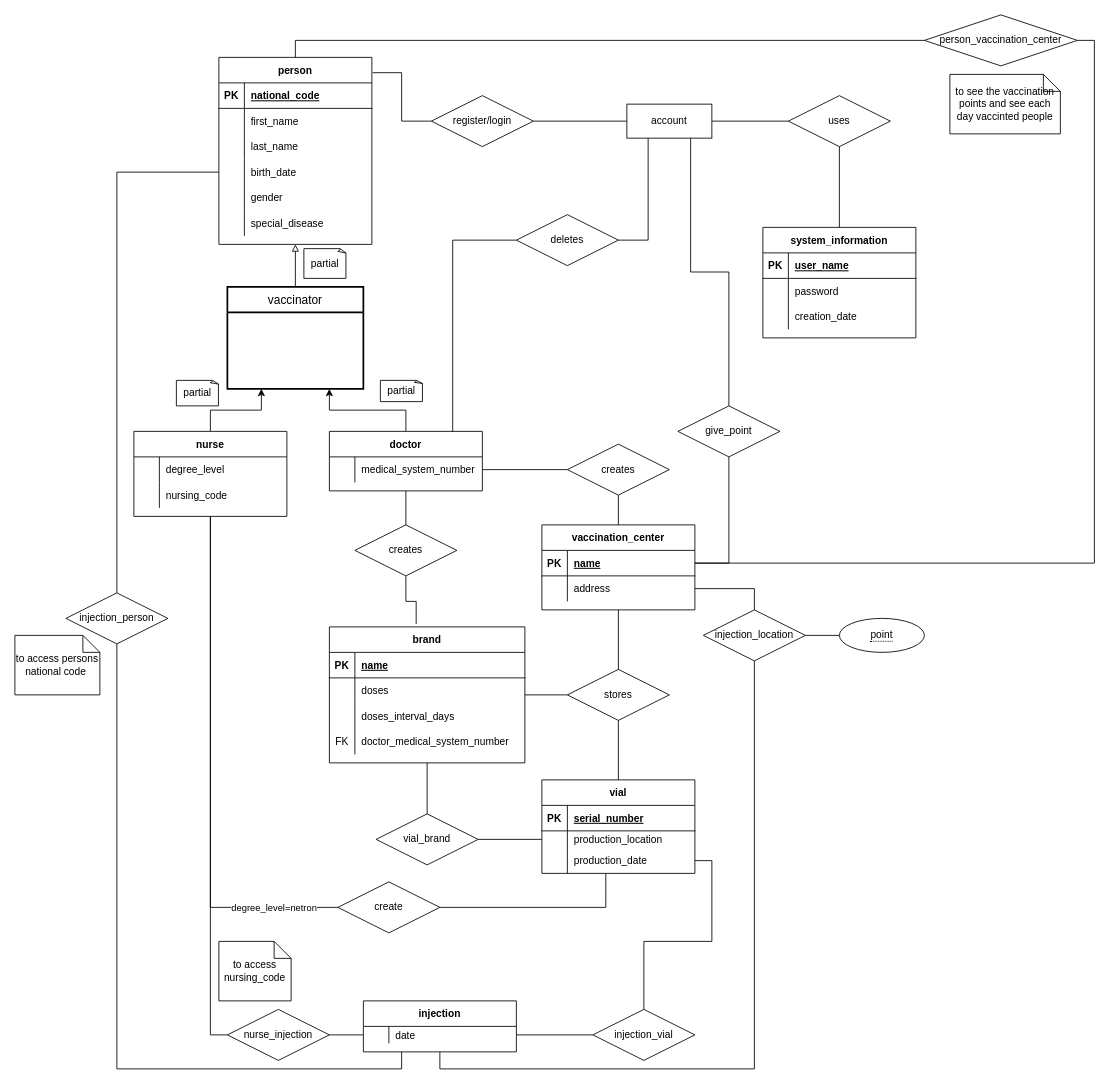
This is project.drawio from ali-moradzade/db-vaccination-center, a draw.io file, before an edit. Source tidied: cells renumbered, new cells numbered last; positions are measured from the earlier drawing's top-left corner, leaving out a move shared by most shapes. Both pictures are drawn from the tidied source at 85%, with x=0, y=0 at pixel (14, 14).
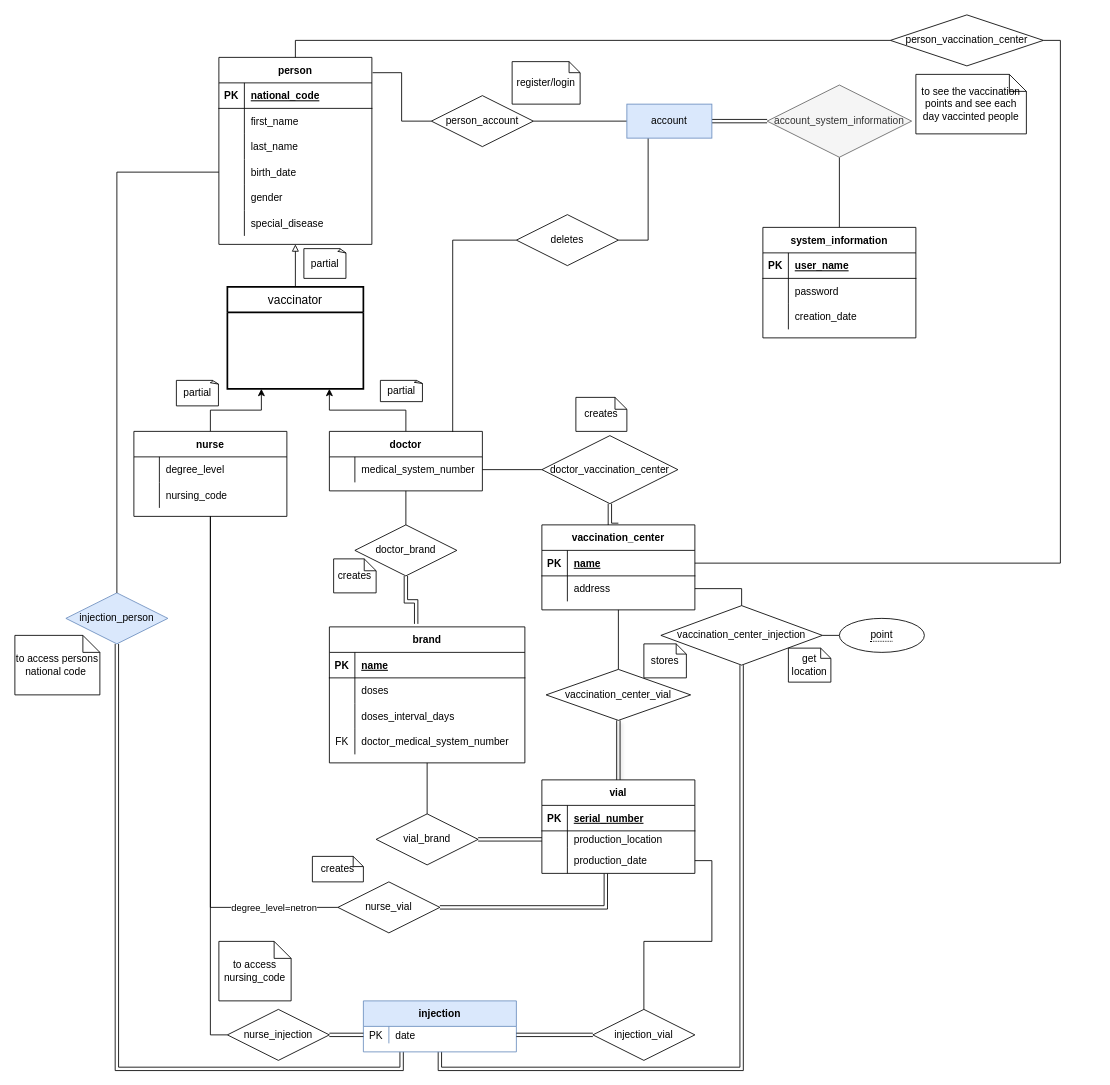
The same page after the edit.

Commit message (it also covers changes not shown here):
fixing some bugs in ER, removing redundency and reducing to relation schemas

Unchanged cells that the change refers to:
```xml
<mxCell id="44" value="brand" style="shape=table;startSize=30;childLayout=tableLayout;rowLines=0;fontStyle=1;align=center;" parent="1" vertex="1">
  <mxGeometry x="370" y="720" width="230" height="160" as="geometry" />
</mxCell>
<mxCell id="62" value="vaccination_center" style="shape=table;startSize=30;childLayout=tableLayout;rowLines=0;fontStyle=1;align=center;" parent="1" vertex="1">
  <mxGeometry x="620" y="600" width="180" height="100" as="geometry" />
</mxCell>
<mxCell id="63" style="shape=tableRow;horizontal=0;startSize=0;swimlaneHead=0;swimlaneBody=0;fillColor=none;points=[[0,0.5],[1,0.5]];portConstraint=eastwest;top=0;left=0;right=0;bottom=1;" parent="62" vertex="1">
  <mxGeometry y="30" width="180" height="30" as="geometry" />
</mxCell>
<mxCell id="88" value="vial" style="shape=table;startSize=30;childLayout=tableLayout;rowLines=0;fontStyle=1;align=center;" parent="1" vertex="1">
  <mxGeometry x="620" y="900" width="180" height="110" as="geometry" />
</mxCell>
<mxCell id="92" style="shape=partialRectangle;fillColor=none;top=0;left=0;bottom=0;right=0;points=[[0,0.5],[1,0.5]];portConstraint=eastwest;" parent="88" vertex="1">
  <mxGeometry y="60" width="180" height="20" as="geometry" />
</mxCell>
<mxCell id="95" style="shape=partialRectangle;fillColor=none;top=0;left=0;bottom=0;right=0;points=[[0,0.5],[1,0.5]];portConstraint=eastwest;" parent="88" vertex="1">
  <mxGeometry y="80" width="180" height="30" as="geometry" />
</mxCell>
<mxCell id="98" value="nurse_injection" style="shape=rhombus;perimeter=rhombusPerimeter;whiteSpace=wrap;html=1;align=center;" parent="1" vertex="1">
  <mxGeometry x="250" y="1170" width="120" height="60" as="geometry" />
</mxCell>
<mxCell id="105" value="vial_brand" style="shape=rhombus;perimeter=rhombusPerimeter;whiteSpace=wrap;html=1;align=center;" parent="1" vertex="1">
  <mxGeometry x="425" y="940" width="120" height="60" as="geometry" />
</mxCell>
<mxCell id="109" style="shape=tableRow;horizontal=0;startSize=0;swimlaneHead=0;swimlaneBody=0;fillColor=none;points=[[0,0.5],[1,0.5]];portConstraint=eastwest;top=0;left=0;right=0;bottom=0;" parent="108" vertex="1">
  <mxGeometry y="30" width="180" height="20" as="geometry" />
</mxCell>
<mxCell id="114" value="injection_vial" style="shape=rhombus;perimeter=rhombusPerimeter;whiteSpace=wrap;html=1;align=center;" parent="1" vertex="1">
  <mxGeometry x="680" y="1170" width="120" height="60" as="geometry" />
</mxCell>
```

Diff of the diagram source:
```diff
@@
-    <mxCell id="42" value="register/login" style="shape=rhombus;perimeter=rhombusPerimeter;whiteSpace=wrap;html=1;align=center;" parent="1" vertex="1">
+    <mxCell id="42" value="person_account" style="shape=rhombus;perimeter=rhombusPerimeter;whiteSpace=wrap;html=1;align=center;" parent="1" vertex="1">
       <mxGeometry x="490" y="95" width="120" height="60" as="geometry" />
     </mxCell>
-    <mxCell id="43" style="edgeStyle=orthogonalEdgeStyle;rounded=0;jettySize=auto;html=1;endArrow=none;endFill=0;" parent="1" edge="1" source="44" target="84">
-      <mxGeometry relative="1" as="geometry" />
-    </mxCell>
@@
-    <mxCell id="57" style="edgeStyle=orthogonalEdgeStyle;rounded=0;jettySize=auto;html=1;exitX=0.5;exitY=1;exitDx=0;exitDy=0;entryX=0.444;entryY=-0.022;entryDx=0;entryDy=0;entryPerimeter=0;endArrow=none;endFill=0;" parent="1" edge="1" source="59" target="44">
+    <mxCell id="57" style="edgeStyle=orthogonalEdgeStyle;rounded=0;jettySize=auto;html=1;exitX=0.5;exitY=1;exitDx=0;exitDy=0;entryX=0.444;entryY=-0.022;entryDx=0;entryDy=0;entryPerimeter=0;endArrow=none;endFill=0;shape=link;" parent="1" edge="1" source="59" target="44">
       <mxGeometry relative="1" as="geometry" />
     </mxCell>
@@
-    <mxCell id="59" value="creates" style="shape=rhombus;perimeter=rhombusPerimeter;whiteSpace=wrap;html=1;align=center;" parent="1" vertex="1">
+    <mxCell id="59" value="doctor_brand" style="shape=rhombus;perimeter=rhombusPerimeter;whiteSpace=wrap;html=1;align=center;" parent="1" vertex="1">
       <mxGeometry x="400" y="600" width="120" height="60" as="geometry" />
     </mxCell>
-    <mxCell id="60" style="edgeStyle=orthogonalEdgeStyle;rounded=0;jettySize=auto;html=1;exitX=0.5;exitY=0;exitDx=0;exitDy=0;entryX=0.5;entryY=1;entryDx=0;entryDy=0;endArrow=none;endFill=0;" parent="1" edge="1" source="62" target="69">
+    <mxCell id="60" style="edgeStyle=orthogonalEdgeStyle;rounded=0;jettySize=auto;html=1;exitX=0.5;exitY=0;exitDx=0;exitDy=0;entryX=0.5;entryY=1;entryDx=0;entryDy=0;endArrow=none;endFill=0;shape=link;" parent="1" edge="1" source="62" target="69">
       <mxGeometry relative="1" as="geometry" />
     </mxCell>
@@
-    <mxCell id="69" value="creates" style="shape=rhombus;perimeter=rhombusPerimeter;whiteSpace=wrap;html=1;align=center;" parent="1" vertex="1">
-      <mxGeometry x="650" y="505" width="120" height="60" as="geometry" />
+    <mxCell id="69" value="doctor_vaccination_center" style="shape=rhombus;perimeter=rhombusPerimeter;whiteSpace=wrap;html=1;align=center;" parent="1" vertex="1">
+      <mxGeometry x="620" y="495" width="160" height="80" as="geometry" />
     </mxCell>
@@
-    <mxCell id="84" value="stores" style="shape=rhombus;perimeter=rhombusPerimeter;whiteSpace=wrap;html=1;align=center;" parent="1" vertex="1">
-      <mxGeometry x="650" y="770" width="120" height="60" as="geometry" />
+    <mxCell id="84" value="vaccination_center_vial" style="shape=rhombus;perimeter=rhombusPerimeter;whiteSpace=wrap;html=1;align=center;" parent="1" vertex="1">
+      <mxGeometry x="625" y="770" width="170" height="60" as="geometry" />
     </mxCell>
-    <mxCell id="85" value="uses" style="shape=rhombus;perimeter=rhombusPerimeter;whiteSpace=wrap;html=1;align=center;" parent="1" vertex="1">
-      <mxGeometry x="910" y="95" width="120" height="60" as="geometry" />
+    <mxCell id="85" value="account_system_information" style="shape=rhombus;perimeter=rhombusPerimeter;whiteSpace=wrap;html=1;align=center;fillColor=#f5f5f5;fontColor=#333333;strokeColor=#666666;" parent="1" vertex="1">
+      <mxGeometry x="885" y="82.5" width="170" height="85" as="geometry" />
     </mxCell>
-    <mxCell id="86" style="edgeStyle=orthogonalEdgeStyle;rounded=0;jettySize=auto;html=1;exitX=1;exitY=0.5;exitDx=0;exitDy=0;entryX=0;entryY=0.5;entryDx=0;entryDy=0;endArrow=none;endFill=0;" parent="1" edge="1" source="124" target="85">
+    <mxCell id="86" style="edgeStyle=orthogonalEdgeStyle;rounded=0;jettySize=auto;html=1;exitX=1;exitY=0.5;exitDx=0;exitDy=0;entryX=0;entryY=0.5;entryDx=0;entryDy=0;endArrow=none;endFill=0;shape=link;" parent="1" edge="1" source="124" target="85">
       <mxGeometry relative="1" as="geometry" />
     </mxCell>
-    <mxCell id="87" style="edgeStyle=orthogonalEdgeStyle;rounded=0;jettySize=auto;html=1;exitX=0.5;exitY=0;exitDx=0;exitDy=0;entryX=0.5;entryY=1;entryDx=0;entryDy=0;endArrow=none;endFill=0;" parent="1" edge="1" source="88" target="84">
+    <mxCell id="87" style="edgeStyle=orthogonalEdgeStyle;rounded=0;jettySize=auto;html=1;exitX=0.5;exitY=0;exitDx=0;exitDy=0;entryX=0.5;entryY=1;entryDx=0;entryDy=0;endArrow=none;endFill=0;shadow=1;shape=link;" parent="1" edge="1" source="88" target="84">
       <mxGeometry relative="1" as="geometry" />
     </mxCell>
@@
-    <mxCell id="101" style="edgeStyle=orthogonalEdgeStyle;rounded=0;jettySize=auto;html=1;exitX=1;exitY=0.5;exitDx=0;exitDy=0;entryX=0.418;entryY=1.012;entryDx=0;entryDy=0;entryPerimeter=0;endArrow=none;endFill=0;" parent="1" edge="1" source="102" target="95">
+    <mxCell id="101" style="edgeStyle=orthogonalEdgeStyle;rounded=0;jettySize=auto;html=1;exitX=1;exitY=0.5;exitDx=0;exitDy=0;entryX=0.418;entryY=1.012;entryDx=0;entryDy=0;entryPerimeter=0;endArrow=none;endFill=0;shape=link;" parent="1" edge="1" source="102" target="95">
       <mxGeometry relative="1" as="geometry" />
     </mxCell>
-    <mxCell id="102" value="create" style="shape=rhombus;perimeter=rhombusPerimeter;whiteSpace=wrap;html=1;align=center;" parent="1" vertex="1">
+    <mxCell id="102" value="nurse_vial" style="shape=rhombus;perimeter=rhombusPerimeter;whiteSpace=wrap;html=1;align=center;" parent="1" vertex="1">
       <mxGeometry x="380" y="1020" width="120" height="60" as="geometry" />
     </mxCell>
@@
-    <mxCell id="104" style="edgeStyle=orthogonalEdgeStyle;rounded=0;jettySize=auto;html=1;exitX=1;exitY=0.5;exitDx=0;exitDy=0;entryX=0;entryY=0.5;entryDx=0;entryDy=0;endArrow=none;endFill=0;" parent="1" edge="1" source="105" target="92">
+    <mxCell id="104" style="edgeStyle=orthogonalEdgeStyle;rounded=0;jettySize=auto;html=1;exitX=1;exitY=0.5;exitDx=0;exitDy=0;entryX=0;entryY=0.5;entryDx=0;entryDy=0;endArrow=none;endFill=0;shape=link;" parent="1" edge="1" source="105" target="92">
       <mxGeometry relative="1" as="geometry" />
     </mxCell>
@@
-    <mxCell id="106" style="edgeStyle=orthogonalEdgeStyle;rounded=0;jettySize=auto;html=1;exitX=0.5;exitY=1;exitDx=0;exitDy=0;entryX=0.5;entryY=1;entryDx=0;entryDy=0;endArrow=none;endFill=0;" parent="1" edge="1" source="108" target="116">
+    <mxCell id="106" style="edgeStyle=orthogonalEdgeStyle;rounded=0;jettySize=auto;html=1;exitX=0.5;exitY=1;exitDx=0;exitDy=0;entryX=0.5;entryY=1;entryDx=0;entryDy=0;endArrow=none;endFill=0;shape=link;" parent="1" edge="1" source="108" target="116">
       <mxGeometry relative="1" as="geometry" />
     </mxCell>
-    <mxCell id="107" style="edgeStyle=orthogonalEdgeStyle;rounded=0;jettySize=auto;html=1;exitX=0.25;exitY=1;exitDx=0;exitDy=0;entryX=0.5;entryY=1;entryDx=0;entryDy=0;endArrow=none;endFill=0;" parent="1" edge="1" source="108" target="125">
+    <mxCell id="107" style="edgeStyle=orthogonalEdgeStyle;rounded=0;jettySize=auto;html=1;exitX=0.25;exitY=1;exitDx=0;exitDy=0;entryX=0.5;entryY=1;entryDx=0;entryDy=0;endArrow=none;endFill=0;shape=link;" parent="1" edge="1" source="108" target="125">
       <mxGeometry relative="1" as="geometry" />
     </mxCell>
-    <mxCell id="108" value="injection" style="shape=table;startSize=30;childLayout=tableLayout;rowLines=0;fontStyle=1;align=center;" parent="1" vertex="1">
+    <mxCell id="108" value="injection" style="shape=table;startSize=30;childLayout=tableLayout;rowLines=0;fontStyle=1;align=center;rounded=0;fillColor=#dae8fc;strokeColor=#6c8ebf;" parent="1" vertex="1">
       <mxGeometry x="410" y="1160" width="180" height="60" as="geometry" />
     </mxCell>
@@
-    <mxCell id="110" style="shape=partialRectangle;fillColor=none;top=0;left=0;bottom=0;right=0;overflow=hidden;" parent="109" vertex="1">
+    <mxCell id="110" value="PK" style="shape=partialRectangle;fillColor=none;top=0;left=0;bottom=0;right=0;overflow=hidden;" parent="109" vertex="1">
       <mxGeometry width="30" height="20" as="geometry" />
     </mxCell>
@@
-    <mxCell id="112" style="edgeStyle=orthogonalEdgeStyle;rounded=0;jettySize=auto;html=1;exitX=0;exitY=0.5;exitDx=0;exitDy=0;entryX=1;entryY=0.5;entryDx=0;entryDy=0;endArrow=none;endFill=0;" parent="1" edge="1" source="109" target="98">
+    <mxCell id="112" style="edgeStyle=orthogonalEdgeStyle;rounded=0;jettySize=auto;html=1;exitX=0;exitY=0.5;exitDx=0;exitDy=0;entryX=1;entryY=0.5;entryDx=0;entryDy=0;endArrow=none;endFill=0;shape=link;" parent="1" edge="1" source="109" target="98">
       <mxGeometry relative="1" as="geometry" />
     </mxCell>
@@
-    <mxCell id="115" style="edgeStyle=orthogonalEdgeStyle;rounded=0;jettySize=auto;html=1;exitX=1;exitY=0.5;exitDx=0;exitDy=0;entryX=0;entryY=0.5;entryDx=0;entryDy=0;endArrow=none;endFill=0;" parent="1" edge="1" source="109" target="114">
+    <mxCell id="115" style="edgeStyle=orthogonalEdgeStyle;rounded=0;jettySize=auto;html=1;exitX=1;exitY=0.5;exitDx=0;exitDy=0;entryX=0;entryY=0.5;entryDx=0;entryDy=0;endArrow=none;endFill=0;shape=link;" parent="1" edge="1" source="109" target="114">
       <mxGeometry relative="1" as="geometry" />
     </mxCell>
-    <mxCell id="116" value="injection_location" style="shape=rhombus;perimeter=rhombusPerimeter;whiteSpace=wrap;html=1;align=center;" parent="1" vertex="1">
-      <mxGeometry x="810" y="700" width="120" height="60" as="geometry" />
+    <mxCell id="116" value="vaccination_center_injection" style="shape=rhombus;perimeter=rhombusPerimeter;whiteSpace=wrap;html=1;align=center;" parent="1" vertex="1">
+      <mxGeometry x="760" y="695" width="190" height="70" as="geometry" />
     </mxCell>
@@
-    <mxCell id="118" style="edgeStyle=orthogonalEdgeStyle;rounded=0;jettySize=auto;html=1;exitX=0.5;exitY=0;exitDx=0;exitDy=0;entryX=0.75;entryY=1;entryDx=0;entryDy=0;endArrow=none;endFill=0;" parent="1" edge="1" source="120" target="124">
-      <mxGeometry relative="1" as="geometry" />
-    </mxCell>
-    <mxCell id="119" style="edgeStyle=orthogonalEdgeStyle;rounded=0;jettySize=auto;html=1;exitX=0.5;exitY=1;exitDx=0;exitDy=0;entryX=1;entryY=0.5;entryDx=0;entryDy=0;endArrow=none;endFill=0;" parent="1" edge="1" source="120" target="63">
-      <mxGeometry relative="1" as="geometry" />
-    </mxCell>
-    <mxCell id="120" value="give_point" style="shape=rhombus;perimeter=rhombusPerimeter;whiteSpace=wrap;html=1;align=center;" parent="1" vertex="1">
-      <mxGeometry x="780" y="460" width="120" height="60" as="geometry" />
-    </mxCell>
@@
-    <mxCell id="124" value="account" style="whiteSpace=wrap;html=1;align=center;" parent="1" vertex="1">
+    <mxCell id="124" value="account" style="whiteSpace=wrap;html=1;align=center;fillColor=#dae8fc;strokeColor=#6c8ebf;" parent="1" vertex="1">
       <mxGeometry x="720" y="105" width="100" height="40" as="geometry" />
     </mxCell>
-    <mxCell id="125" value="injection_person" style="shape=rhombus;perimeter=rhombusPerimeter;whiteSpace=wrap;html=1;align=center;" parent="1" vertex="1">
+    <mxCell id="125" value="injection_person" style="shape=rhombus;perimeter=rhombusPerimeter;whiteSpace=wrap;html=1;align=center;fillColor=#dae8fc;strokeColor=#6c8ebf;" parent="1" vertex="1">
       <mxGeometry x="60" y="680" width="120" height="60" as="geometry" />
     </mxCell>
@@
     <mxCell id="129" value="person_vaccination_center" style="shape=rhombus;perimeter=rhombusPerimeter;whiteSpace=wrap;html=1;align=center;" parent="1" vertex="1">
-      <mxGeometry x="1070" width="180" height="60" as="geometry" />
+      <mxGeometry x="1030" width="180" height="60" as="geometry" />
     </mxCell>
     <mxCell id="130" value="to see the vaccination points and see each day vaccinted people" style="shape=note;size=20;whiteSpace=wrap;html=1;" parent="1" vertex="1">
-      <mxGeometry x="1100" y="70" width="130" height="70" as="geometry" />
+      <mxGeometry x="1060" y="70" width="130" height="70" as="geometry" />
     </mxCell>
@@
+    <mxCell id="133" value="creates" style="shape=note;size=14;whiteSpace=wrap;html=1;" parent="1" vertex="1">
+      <mxGeometry x="660" y="450" width="60" height="40" as="geometry" />
+    </mxCell>
+    <mxCell id="134" value="creates" style="shape=note;size=14;whiteSpace=wrap;html=1;" parent="1" vertex="1">
+      <mxGeometry x="375" y="640" width="50" height="40" as="geometry" />
+    </mxCell>
+    <mxCell id="135" value="register/login" style="shape=note;size=13;whiteSpace=wrap;html=1;" parent="1" vertex="1">
+      <mxGeometry x="585" y="55" width="80" height="50" as="geometry" />
+    </mxCell>
+    <mxCell id="136" value="creates" style="shape=note;size=12;whiteSpace=wrap;html=1;" parent="1" vertex="1">
+      <mxGeometry x="350" y="990" width="60" height="30" as="geometry" />
+    </mxCell>
+    <mxCell id="137" value="stores" style="shape=note;size=12;whiteSpace=wrap;html=1;" parent="1" vertex="1">
+      <mxGeometry x="740" y="740" width="50" height="40" as="geometry" />
+    </mxCell>
+    <mxCell id="138" value="get location" style="shape=note;size=12;whiteSpace=wrap;html=1;" parent="1" vertex="1">
+      <mxGeometry x="910" y="745" width="50" height="40" as="geometry" />
+    </mxCell>
```
